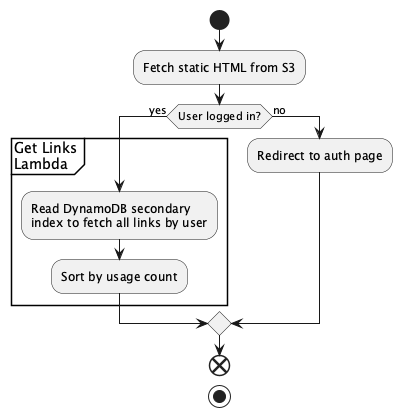
mourjo/liliput keeps this PlantUML diagram as images/flowchart_01_homepage.png. Above is the earlier version.
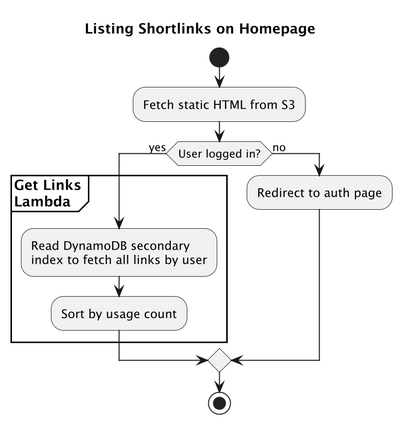
Above is the later version.

Change to the diagram source:
```diff
@@ -1,10 +1,12 @@
 @startuml
 
+title "Listing Shortlinks on Homepage"
+scale 2
 
 start
 :Fetch static HTML from S3;
 if (User logged in?) then (yes)
-partition "Get Links\nLambda" {
+partition "**Get Links**\n**Lambda**" {
 :Read DynamoDB secondary\nindex to fetch all links by user;
 :Sort by usage count;
 }
@@ -12,9 +14,6 @@
 else (no)
 :Redirect to auth page;
 endif
-end
-
-
 
 stop
 @enduml
```
